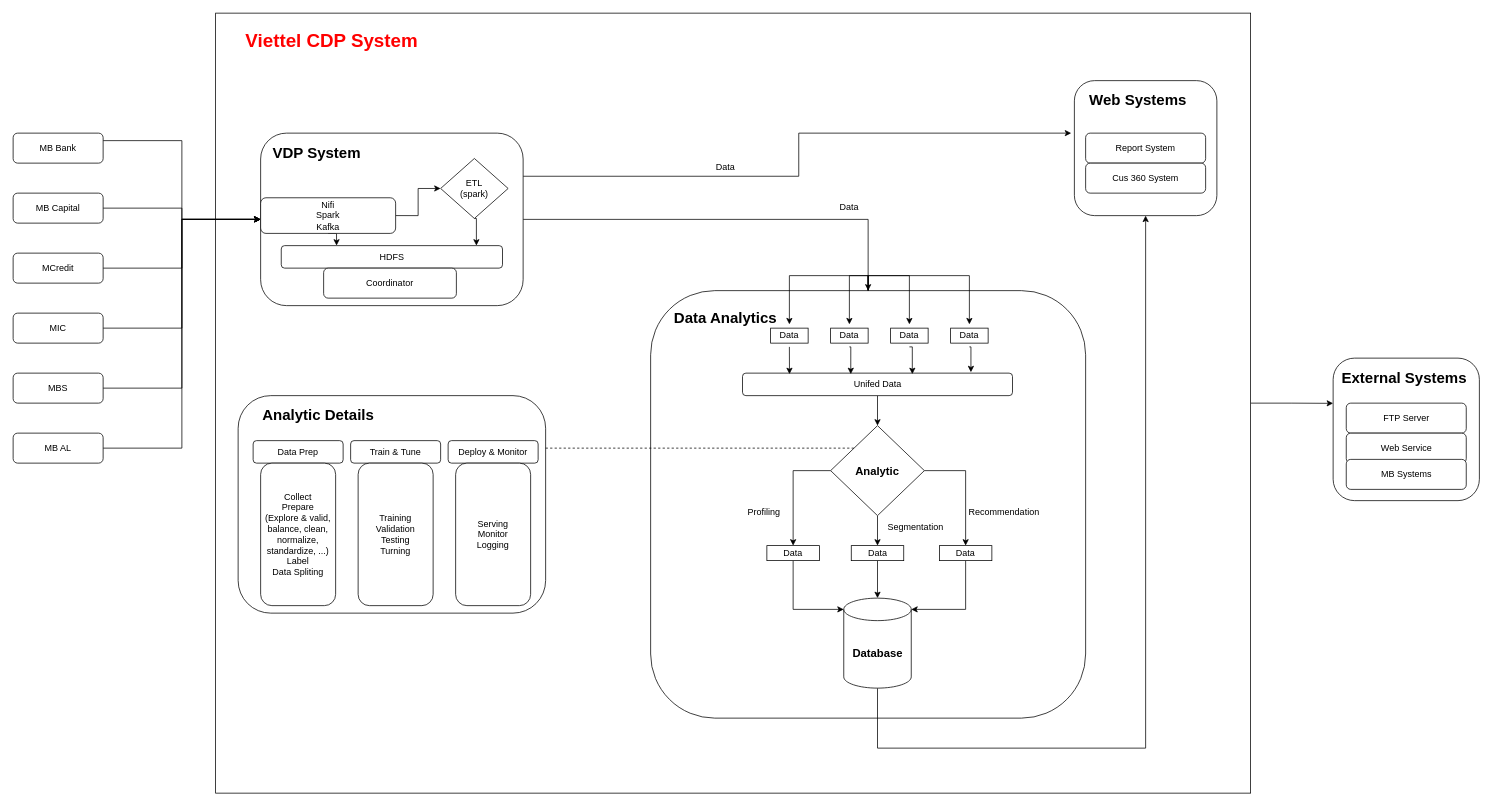
This is Untitled Diagram.drawio from sangbk1997/Thiet_ke_he_thong, a draw.io file, before an edit. Source tidied: cells renumbered, new cells numbered last; positions are measured from the earlier drawing's top-left corner, leaving out a move shared by most shapes. Both pictures are drawn from the tidied source at 75%, with x=0, y=0 at pixel (13, 13).
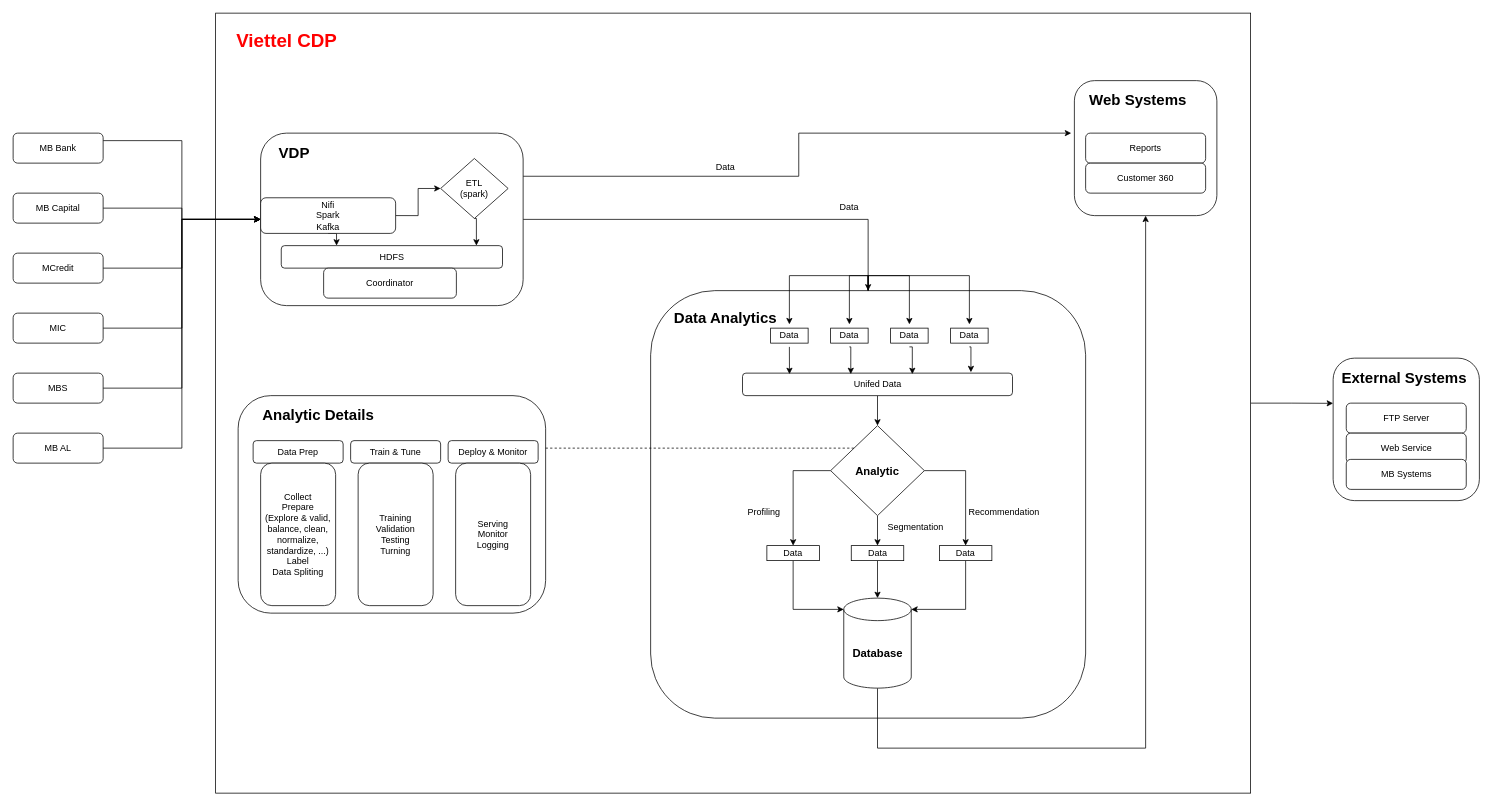
After the change.

What changed in the source:
```diff
@@
-    <mxCell id="26" value="VDP System" style="text;html=1;strokeColor=none;fillColor=none;align=center;verticalAlign=middle;whiteSpace=wrap;rounded=0;fontSize=20;fontColor=#000000;fontStyle=1;" parent="1" vertex="1">
-      <mxGeometry x="340" y="170" width="130" height="30" as="geometry" />
+    <mxCell id="26" value="VDP" style="text;html=1;strokeColor=none;fillColor=none;align=center;verticalAlign=middle;whiteSpace=wrap;rounded=0;fontSize=20;fontColor=#000000;fontStyle=1;" parent="1" vertex="1">
+      <mxGeometry x="310" y="170" width="130" height="30" as="geometry" />
     </mxCell>
@@
-    <mxCell id="45" value="Report System" style="rounded=1;whiteSpace=wrap;html=1;" parent="1" vertex="1">
+    <mxCell id="45" value="Reports" style="rounded=1;whiteSpace=wrap;html=1;" parent="1" vertex="1">
       <mxGeometry x="1430" y="160" width="160" height="40" as="geometry" />
     </mxCell>
-    <mxCell id="46" value="Cus 360 System" style="rounded=1;whiteSpace=wrap;html=1;" parent="1" vertex="1">
+    <mxCell id="46" value="Customer 360" style="rounded=1;whiteSpace=wrap;html=1;" parent="1" vertex="1">
       <mxGeometry x="1430" y="200" width="160" height="40" as="geometry" />
     </mxCell>
@@
-    <mxCell id="82" value="Viettel CDP System" style="text;html=1;strokeColor=none;fillColor=none;align=center;verticalAlign=middle;whiteSpace=wrap;rounded=0;fontSize=25;fontColor=#FF0000;fontStyle=1;" parent="1" vertex="1">
-      <mxGeometry x="290" y="20" width="270" height="30" as="geometry" />
+    <mxCell id="82" value="Viettel CDP" style="text;html=1;strokeColor=none;fillColor=none;align=center;verticalAlign=middle;whiteSpace=wrap;rounded=0;fontSize=25;fontColor=#FF0000;fontStyle=1;" parent="1" vertex="1">
+      <mxGeometry x="230" y="20" width="270" height="30" as="geometry" />
     </mxCell>
```
